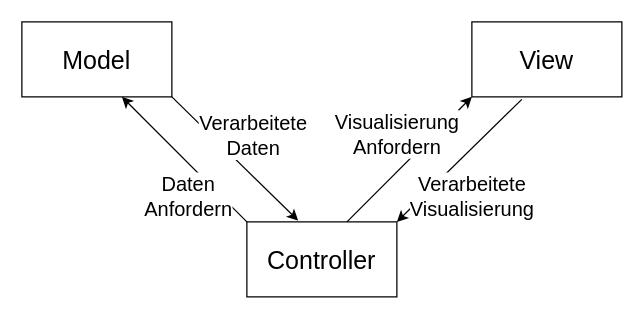
schattenbrot/draw-io keeps this draw.io diagram as mvc.drawio. Above is the earlier version. Source tidied: cells renumbered, new cells numbered last; positions are measured from the earlier drawing's top-left corner, leaving out a move shared by most shapes. Both pictures are drawn from the tidied source at 125%, with x=0, y=0 at pixel (21, 21).
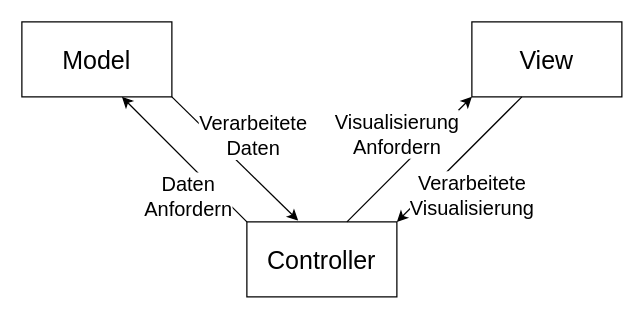
After the change.

The edit, as a diff of the source:
```diff
@@
 <mxGraphModel>
   <root>
     <mxCell id="0" />
     <mxCell id="1" parent="0" />
     <mxCell id="2" value="&lt;font style=&quot;font-size: 20px;&quot;&gt;Model&lt;/font&gt;" style="rounded=0;whiteSpace=wrap;html=1;" parent="1" vertex="1">
       <mxGeometry width="120" height="60" as="geometry" />
     </mxCell>
     <mxCell id="3" value="&lt;font style=&quot;font-size: 20px;&quot;&gt;Controller&lt;/font&gt;" style="rounded=0;whiteSpace=wrap;html=1;" parent="1" vertex="1">
       <mxGeometry x="180" y="160" width="120" height="60" as="geometry" />
     </mxCell>
     <mxCell id="4" value="&lt;font style=&quot;font-size: 20px;&quot;&gt;View&lt;/font&gt;" style="rounded=0;whiteSpace=wrap;html=1;" parent="1" vertex="1">
       <mxGeometry x="360" width="120" height="60" as="geometry" />
     </mxCell>
     <mxCell id="5" style="endArrow=classic;html=1;rounded=0;exitX=0;exitY=0;exitDx=0;exitDy=0;entryX=0.667;entryY=1;entryDx=0;entryDy=0;entryPerimeter=0;" parent="1" edge="1" source="3" target="2">
       <mxGeometry relative="1" as="geometry" />
     </mxCell>
     <mxCell id="6" value="&lt;div style=&quot;font-size: 16px;&quot;&gt;&lt;font style=&quot;font-size: 16px;&quot;&gt;Daten&lt;/font&gt;&lt;/div&gt;&lt;div style=&quot;font-size: 16px;&quot;&gt;&lt;font style=&quot;font-size: 16px;&quot;&gt;Anfordern&lt;/font&gt;&lt;/div&gt;" style="edgeLabel;html=1;align=center;verticalAlign=middle;" parent="5" vertex="1">
       <mxGeometry x="-0.34" relative="1" as="geometry">
         <mxPoint x="-14" y="13" as="offset" />
       </mxGeometry>
     </mxCell>
-    <mxCell id="7" value="&lt;font style=&quot;font-size: 16px;&quot;&gt;Verarbeitete&lt;br&gt;Visualisierung&lt;/font&gt;" style="endArrow=classic;html=1;rounded=0;exitX=0.333;exitY=1.033;exitDx=0;exitDy=0;exitPerimeter=0;entryX=1;entryY=0;entryDx=0;entryDy=0;" parent="1" edge="1" source="4" target="3">
-      <mxGeometry x="0.19" y="28" relative="1" as="geometry" />
+    <mxCell id="7" value="&lt;font style=&quot;font-size: 16px;&quot;&gt;Verarbeitete&lt;br&gt;Visualisierung&lt;/font&gt;" style="endArrow=classic;html=1;rounded=0;entryX=1;entryY=0;entryDx=0;entryDy=0;" parent="1" edge="1" target="3">
+      <mxGeometry x="0.19" y="28" relative="1" as="geometry">
+        <mxPoint x="400" y="60" as="sourcePoint" />
+      </mxGeometry>
     </mxCell>
     <mxCell id="8" style="endArrow=classic;html=1;rounded=0;entryX=0.342;entryY=-0.017;entryDx=0;entryDy=0;exitX=1;exitY=1;exitDx=0;exitDy=0;entryPerimeter=0;" parent="1" edge="1" source="2" target="3">
       <mxGeometry relative="1" as="geometry" />
     </mxCell>
     <mxCell id="9" value="&lt;font style=&quot;font-size: 16px;&quot;&gt;Verarbeitete&lt;br&gt;Daten&lt;/font&gt;" style="edgeLabel;html=1;align=center;verticalAlign=middle;" parent="8" vertex="1">
       <mxGeometry x="0.38" y="3" relative="1" as="geometry">
         <mxPoint x="-8" y="-36" as="offset" />
       </mxGeometry>
     </mxCell>
     <mxCell id="10" value="&lt;font style=&quot;font-size: 16px;&quot;&gt;Visualisierung&lt;br&gt;Anfordern&lt;/font&gt;" style="endArrow=classic;html=1;rounded=0;exitX=0.667;exitY=0;exitDx=0;exitDy=0;exitPerimeter=0;entryX=0;entryY=1;entryDx=0;entryDy=0;" parent="1" edge="1" source="3" target="4">
       <mxGeometry x="0.1" y="21" relative="1" as="geometry" />
     </mxCell>
   </root>
 </mxGraphModel>
```
